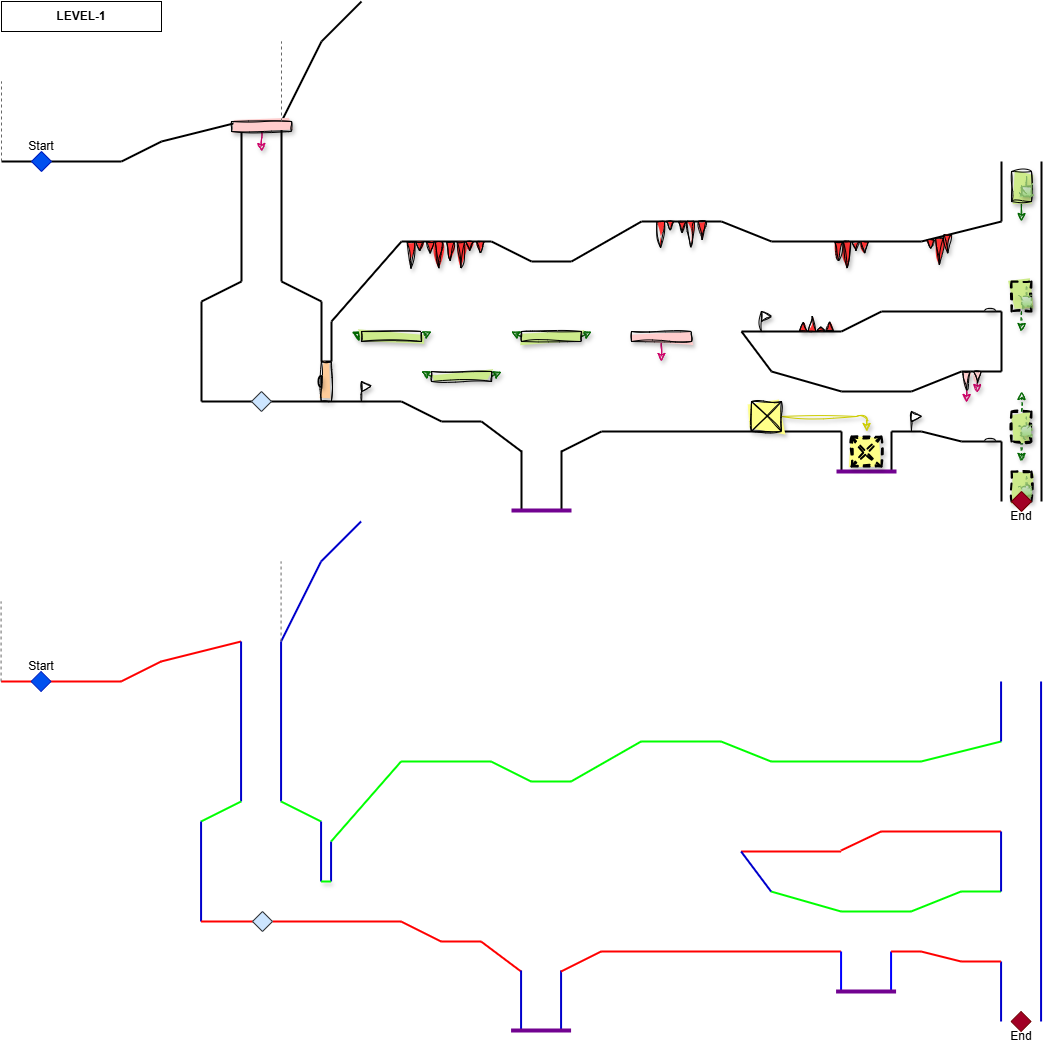
The draw.io diagram Documentacion/Mapas/LEVEL-1.png in MedievAlex/RETO_1_Nuestro_Juego, before a commit. Source tidied: cells renumbered, new cells last; positions are measured from the earlier drawing's top-left corner, leaving out a move shared by most shapes.
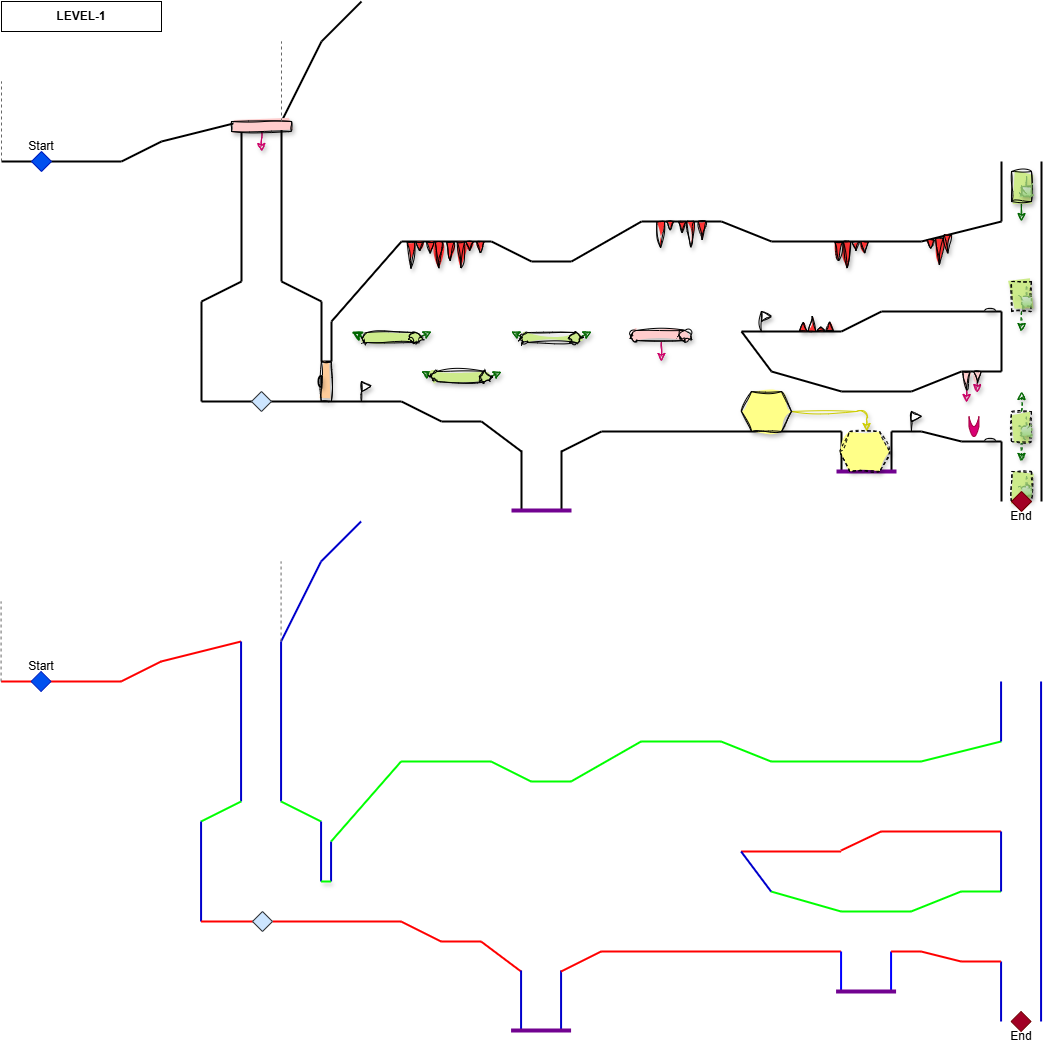
After the commit.

Change to the diagram source:
```diff
@@ -134,53 +134,48 @@
         <mxPoint x="640" y="220" as="targetPoint" />
       </mxGeometry>
     </mxCell>
-    <mxCell id="24" style="edgeStyle=none;html=1;exitX=0;exitY=0.5;exitDx=0;exitDy=0;sketch=1;curveFitting=1;jiggle=2;shadow=1;strokeColor=#006600;" parent="1" edge="1" source="26">
+    <mxCell id="24" style="edgeStyle=none;html=1;exitX=0;exitY=0.5;exitDx=0;exitDy=0;sketch=1;curveFitting=1;jiggle=2;shadow=1;strokeColor=#006600;" parent="1" edge="1">
       <mxGeometry relative="1" as="geometry">
+        <mxPoint x="430" y="375" as="sourcePoint" />
         <mxPoint x="420" y="370" as="targetPoint" />
       </mxGeometry>
     </mxCell>
-    <mxCell id="25" style="edgeStyle=none;html=1;exitX=1;exitY=0.5;exitDx=0;exitDy=0;sketch=1;curveFitting=1;jiggle=2;shadow=1;strokeColor=#006600;" parent="1" edge="1" source="26">
+    <mxCell id="25" style="edgeStyle=none;html=1;exitX=1;exitY=0.5;exitDx=0;exitDy=0;sketch=1;curveFitting=1;jiggle=2;shadow=1;strokeColor=#006600;" parent="1" edge="1">
       <mxGeometry relative="1" as="geometry">
+        <mxPoint x="490" y="375" as="sourcePoint" />
         <mxPoint x="500" y="370" as="targetPoint" />
       </mxGeometry>
     </mxCell>
-    <mxCell id="26" style="rounded=0;whiteSpace=wrap;html=1;fillColor=#cdeb8b;strokeColor=#000000;sketch=1;curveFitting=1;jiggle=2;shadow=1;fillStyle=solid;" parent="1" vertex="1">
-      <mxGeometry x="430" y="370" width="60" height="10" as="geometry" />
-    </mxCell>
-    <mxCell id="27" style="edgeStyle=none;html=1;exitX=1;exitY=0.5;exitDx=0;exitDy=0;sketch=1;curveFitting=1;jiggle=2;shadow=1;strokeColor=#006600;" parent="1" edge="1" source="29">
+    <mxCell id="27" style="edgeStyle=none;html=1;exitX=1;exitY=0.5;exitDx=0;exitDy=0;sketch=1;curveFitting=1;jiggle=2;shadow=1;strokeColor=#006600;" parent="1" edge="1">
       <mxGeometry relative="1" as="geometry">
+        <mxPoint x="420" y="335" as="sourcePoint" />
         <mxPoint x="430" y="330" as="targetPoint" />
       </mxGeometry>
     </mxCell>
-    <mxCell id="28" style="edgeStyle=none;html=1;exitX=0;exitY=0.5;exitDx=0;exitDy=0;sketch=1;curveFitting=1;jiggle=2;shadow=1;strokeWidth=2;strokeColor=#006600;" parent="1" edge="1" source="29">
+    <mxCell id="28" style="edgeStyle=none;html=1;exitX=0;exitY=0.5;exitDx=0;exitDy=0;sketch=1;curveFitting=1;jiggle=2;shadow=1;strokeWidth=2;strokeColor=#006600;" parent="1" edge="1">
       <mxGeometry relative="1" as="geometry">
+        <mxPoint x="360" y="335" as="sourcePoint" />
         <mxPoint x="350" y="330" as="targetPoint" />
       </mxGeometry>
     </mxCell>
-    <mxCell id="29" style="rounded=0;whiteSpace=wrap;html=1;fillColor=#cdeb8b;strokeColor=#000000;sketch=1;curveFitting=1;jiggle=2;shadow=1;fillStyle=solid;" parent="1" vertex="1">
-      <mxGeometry x="360" y="330" width="60" height="10" as="geometry" />
-    </mxCell>
-    <mxCell id="30" style="edgeStyle=none;html=1;exitX=0;exitY=0.5;exitDx=0;exitDy=0;sketch=1;curveFitting=1;jiggle=2;shadow=1;strokeColor=#006600;" parent="1" edge="1" source="32">
+    <mxCell id="30" style="edgeStyle=none;html=1;exitX=0;exitY=0.5;exitDx=0;exitDy=0;sketch=1;curveFitting=1;jiggle=2;shadow=1;strokeColor=#006600;" parent="1" edge="1">
       <mxGeometry relative="1" as="geometry">
+        <mxPoint x="520" y="335" as="sourcePoint" />
         <mxPoint x="510" y="330" as="targetPoint" />
       </mxGeometry>
     </mxCell>
-    <mxCell id="31" style="edgeStyle=none;html=1;exitX=1;exitY=0.5;exitDx=0;exitDy=0;sketch=1;curveFitting=1;jiggle=2;shadow=1;strokeColor=#006600;" parent="1" edge="1" source="32">
+    <mxCell id="31" style="edgeStyle=none;html=1;exitX=1;exitY=0.5;exitDx=0;exitDy=0;sketch=1;curveFitting=1;jiggle=2;shadow=1;strokeColor=#006600;" parent="1" edge="1">
       <mxGeometry relative="1" as="geometry">
+        <mxPoint x="580" y="335" as="sourcePoint" />
         <mxPoint x="590" y="330" as="targetPoint" />
       </mxGeometry>
     </mxCell>
-    <mxCell id="32" style="rounded=0;whiteSpace=wrap;html=1;fillColor=#cdeb8b;strokeColor=#000000;sketch=1;curveFitting=1;jiggle=2;shadow=1;fillStyle=solid;" parent="1" vertex="1">
-      <mxGeometry x="520" y="330" width="60" height="10" as="geometry" />
-    </mxCell>
-    <mxCell id="33" style="edgeStyle=none;html=1;exitX=0.5;exitY=1;exitDx=0;exitDy=0;sketch=1;curveFitting=1;jiggle=2;shadow=1;strokeColor=#CC0066;" parent="1" edge="1" source="34">
+    <mxCell id="33" style="edgeStyle=none;html=1;exitX=0.5;exitY=1;exitDx=0;exitDy=0;sketch=1;curveFitting=1;jiggle=2;shadow=1;strokeColor=#CC0066;" parent="1" edge="1">
       <mxGeometry relative="1" as="geometry">
+        <mxPoint x="660" y="340" as="sourcePoint" />
         <mxPoint x="660" y="360" as="targetPoint" />
       </mxGeometry>
     </mxCell>
-    <mxCell id="34" style="rounded=0;whiteSpace=wrap;html=1;fillColor=#ffcccc;strokeColor=#000000;sketch=1;curveFitting=1;jiggle=2;shadow=1;fillStyle=solid;" parent="1" vertex="1">
-      <mxGeometry x="630" y="330" width="60" height="10" as="geometry" />
-    </mxCell>
     <mxCell id="35" style="endArrow=none;html=1;strokeWidth=2;" parent="1" edge="1">
       <mxGeometry relative="1" as="geometry">
         <mxPoint x="720" y="220" as="sourcePoint" />
@@ -295,12 +290,11 @@
         <mxPoint x="920" y="430" as="targetPoint" />
       </mxGeometry>
     </mxCell>
-    <mxCell id="54" style="edgeStyle=none;html=1;entryX=0.5;entryY=0;entryDx=0;entryDy=0;strokeColor=#CCCC00;sketch=1;curveFitting=1;jiggle=2;shadow=1;" parent="1" edge="1">
+    <mxCell id="54" style="edgeStyle=none;html=1;entryX=0.5;entryY=0;entryDx=0;entryDy=0;strokeColor=#CCCC00;sketch=1;curveFitting=1;jiggle=2;shadow=1;exitX=1;exitY=0.5;exitDx=0;exitDy=0;" parent="1" edge="1" source="190">
       <mxGeometry relative="1" as="geometry">
-        <mxPoint x="780" y="415" as="sourcePoint" />
         <mxPoint x="865" y="430" as="targetPoint" />
         <Array as="points">
-          <mxPoint x="865" y="415" />
+          <mxPoint x="865" y="410" />
         </Array>
       </mxGeometry>
     </mxCell>
@@ -365,7 +359,7 @@
         <mxPoint x="1020" y="330" as="targetPoint" />
       </mxGeometry>
     </mxCell>
-    <mxCell id="66" style="rounded=0;whiteSpace=wrap;html=1;fillColor=#cdeb8b;strokeColor=#000000;fillStyle=solid;dashed=1;strokeWidth=2;sketch=1;curveFitting=1;jiggle=2;shadow=1;" parent="1" vertex="1">
+    <mxCell id="66" style="rounded=0;whiteSpace=wrap;html=1;fillColor=#cdeb8b;strokeColor=#000000;fillStyle=solid;dashed=1;strokeWidth=1;sketch=1;curveFitting=1;jiggle=2;shadow=1;" parent="1" vertex="1">
       <mxGeometry x="1010" y="280" width="20" height="30" as="geometry" />
     </mxCell>
     <mxCell id="67" style="edgeStyle=none;html=1;exitX=0.5;exitY=1;exitDx=0;exitDy=0;dashed=1;sketch=1;curveFitting=1;jiggle=2;shadow=1;strokeColor=#006600;" parent="1" edge="1" source="69">
@@ -378,7 +372,7 @@
         <mxPoint x="1020" y="390" as="targetPoint" />
       </mxGeometry>
     </mxCell>
-    <mxCell id="69" style="rounded=0;whiteSpace=wrap;html=1;fillColor=#cdeb8b;strokeColor=#000000;fillStyle=solid;dashed=1;strokeWidth=2;sketch=1;curveFitting=1;jiggle=2;shadow=1;" parent="1" vertex="1">
+    <mxCell id="69" style="rounded=0;whiteSpace=wrap;html=1;fillColor=#cdeb8b;strokeColor=#000000;fillStyle=solid;dashed=1;strokeWidth=1;sketch=1;curveFitting=1;jiggle=2;shadow=1;" parent="1" vertex="1">
       <mxGeometry x="1010" y="410" width="20" height="30" as="geometry" />
     </mxCell>
     <mxCell id="70" style="edgeStyle=none;html=1;exitX=0.5;exitY=1;exitDx=0;exitDy=0;sketch=1;curveFitting=1;jiggle=2;shadow=1;strokeColor=#006600;" parent="1" edge="1" source="71">
@@ -389,7 +383,7 @@
     <mxCell id="71" style="rounded=0;whiteSpace=wrap;html=1;fillColor=#cdeb8b;strokeColor=#000000;sketch=1;curveFitting=1;jiggle=2;fillStyle=solid;shadow=1;" parent="1" vertex="1">
       <mxGeometry x="1010" y="170" width="20" height="30" as="geometry" />
     </mxCell>
-    <mxCell id="72" style="rounded=0;whiteSpace=wrap;html=1;fillColor=#cdeb8b;strokeColor=#000000;fillStyle=solid;dashed=1;strokeWidth=2;sketch=1;curveFitting=1;jiggle=2;shadow=1;" parent="1" vertex="1">
+    <mxCell id="72" style="rounded=0;whiteSpace=wrap;html=1;fillColor=#cdeb8b;strokeColor=#000000;fillStyle=solid;dashed=1;strokeWidth=1;sketch=1;curveFitting=1;jiggle=2;shadow=1;" parent="1" vertex="1">
       <mxGeometry x="1010" y="470" width="20" height="30" as="geometry" />
     </mxCell>
     <mxCell id="73" style="rhombus;whiteSpace=wrap;html=1;fillColor=#0050ef;fontColor=#ffffff;strokeColor=#001DBC;" parent="1" vertex="1">
@@ -827,24 +821,6 @@
         <mxPoint x="280" y="40" as="targetPoint" />
       </mxGeometry>
     </mxCell>
-    <mxCell id="156" style="rounded=0;whiteSpace=wrap;html=1;fillColor=#ffff88;strokeColor=#000000;sketch=1;curveFitting=1;jiggle=2;shadow=1;fillStyle=solid;" parent="1" vertex="1">
-      <mxGeometry x="750" y="400" width="30" height="30" as="geometry" />
-    </mxCell>
-    <mxCell id="157" style="rounded=0;whiteSpace=wrap;html=1;fillColor=#ffff88;strokeColor=#000000;fillStyle=solid;dashed=1;strokeWidth=2;sketch=1;curveFitting=1;jiggle=2;shadow=1;" parent="1" vertex="1">
-      <mxGeometry x="850" y="435" width="30" height="30" as="geometry" />
-    </mxCell>
-    <mxCell id="158" style="endArrow=none;html=1;entryX=1;entryY=0;entryDx=0;entryDy=0;exitX=0;exitY=1;exitDx=0;exitDy=0;sketch=1;curveFitting=1;jiggle=2;flowAnimation=0;strokeColor=#000000;" parent="1" edge="1" source="156" target="156">
-      <mxGeometry relative="1" as="geometry" />
-    </mxCell>
-    <mxCell id="159" style="endArrow=none;html=1;entryX=0;entryY=0;entryDx=0;entryDy=0;exitX=1;exitY=1;exitDx=0;exitDy=0;sketch=1;curveFitting=1;jiggle=2;strokeColor=#000000;" parent="1" edge="1" source="156" target="156">
-      <mxGeometry relative="1" as="geometry" />
-    </mxCell>
-    <mxCell id="160" style="endArrow=none;html=1;entryX=1;entryY=0;entryDx=0;entryDy=0;exitX=0;exitY=1;exitDx=0;exitDy=0;sketch=1;curveFitting=1;jiggle=2;dashed=1;strokeWidth=2;" parent="1" edge="1" source="157" target="157">
-      <mxGeometry relative="1" as="geometry" />
-    </mxCell>
-    <mxCell id="161" style="endArrow=none;html=1;entryX=0;entryY=0;entryDx=0;entryDy=0;exitX=1;exitY=1;exitDx=0;exitDy=0;sketch=1;curveFitting=1;jiggle=2;dashed=1;strokeWidth=2;" parent="1" edge="1" source="157" target="157">
-      <mxGeometry relative="1" as="geometry" />
-    </mxCell>
     <mxCell id="162" style="edgeStyle=none;html=1;exitX=1;exitY=0.5;exitDx=0;exitDy=0;sketch=1;curveFitting=1;jiggle=2;shadow=1;strokeColor=#CC0066;" parent="1" edge="1" source="163">
       <mxGeometry relative="1" as="geometry">
         <mxPoint x="975.8" y="391" as="targetPoint" />
@@ -933,5 +909,26 @@
     <mxCell id="189" style="triangle;whiteSpace=wrap;html=1;rotation=90;direction=east;fillColor=#FF3333;sketch=1;curveFitting=1;jiggle=2;shadow=1;fillStyle=solid;strokeColor=default;" parent="1" vertex="1">
       <mxGeometry x="676" y="229" width="26.2" height="7.5" as="geometry" />
     </mxCell>
+    <mxCell id="190" style="shape=hexagon;perimeter=hexagonPerimeter2;whiteSpace=wrap;html=1;fixedSize=1;size=10;fillColor=#FFFF88;shadow=1;sketch=1;curveFitting=1;jiggle=2;fillStyle=solid;" parent="1" vertex="1">
+      <mxGeometry x="740" y="390" width="50" height="40" as="geometry" />
+    </mxCell>
+    <mxCell id="191" style="shape=hexagon;perimeter=hexagonPerimeter2;whiteSpace=wrap;html=1;fixedSize=1;size=10;fillColor=#FFFF88;shadow=1;sketch=1;curveFitting=1;jiggle=2;fillStyle=solid;dashed=1;strokeWidth=1;" parent="1" vertex="1">
+      <mxGeometry x="838.1" y="430" width="50" height="40" as="geometry" />
+    </mxCell>
+    <mxCell id="192" style="shape=cylinder3;whiteSpace=wrap;html=1;boundedLbl=1;backgroundOutline=1;size=5.742850167410666;direction=south;fillStyle=solid;sketch=1;curveFitting=1;jiggle=2;shadow=1;fillColor=#CDEB8B;" parent="1" vertex="1">
+      <mxGeometry x="429.4" y="370" width="60" height="10" as="geometry" />
+    </mxCell>
+    <mxCell id="193" style="shape=cylinder3;whiteSpace=wrap;html=1;boundedLbl=1;backgroundOutline=1;size=5.742850167410666;direction=south;fillStyle=solid;sketch=1;curveFitting=1;jiggle=2;shadow=1;fillColor=#CDEB8B;" parent="1" vertex="1">
+      <mxGeometry x="360" y="331" width="60" height="10" as="geometry" />
+    </mxCell>
+    <mxCell id="194" style="shape=cylinder3;whiteSpace=wrap;html=1;boundedLbl=1;backgroundOutline=1;size=5.742850167410666;direction=south;fillStyle=solid;sketch=1;curveFitting=1;jiggle=2;shadow=1;fillColor=#CDEB8B;" parent="1" vertex="1">
+      <mxGeometry x="520" y="331" width="60" height="10" as="geometry" />
+    </mxCell>
+    <mxCell id="195" style="shape=cylinder3;whiteSpace=wrap;html=1;boundedLbl=1;backgroundOutline=1;size=5.742850167410666;direction=south;fillStyle=solid;sketch=1;curveFitting=1;jiggle=2;shadow=1;fillColor=#FFCCCC;" parent="1" vertex="1">
+      <mxGeometry x="629.1" y="329" width="60" height="10" as="geometry" />
+    </mxCell>
+    <mxCell id="196" style="shape=dataStorage;whiteSpace=wrap;html=1;fixedSize=1;direction=north;fillColor=#d80073;fontColor=#ffffff;strokeColor=#A50040;size=10;" parent="1" vertex="1">
+      <mxGeometry x="967.5" y="415" width="10" height="20" as="geometry" />
+    </mxCell>
   </root>
 </mxGraphModel>
```
